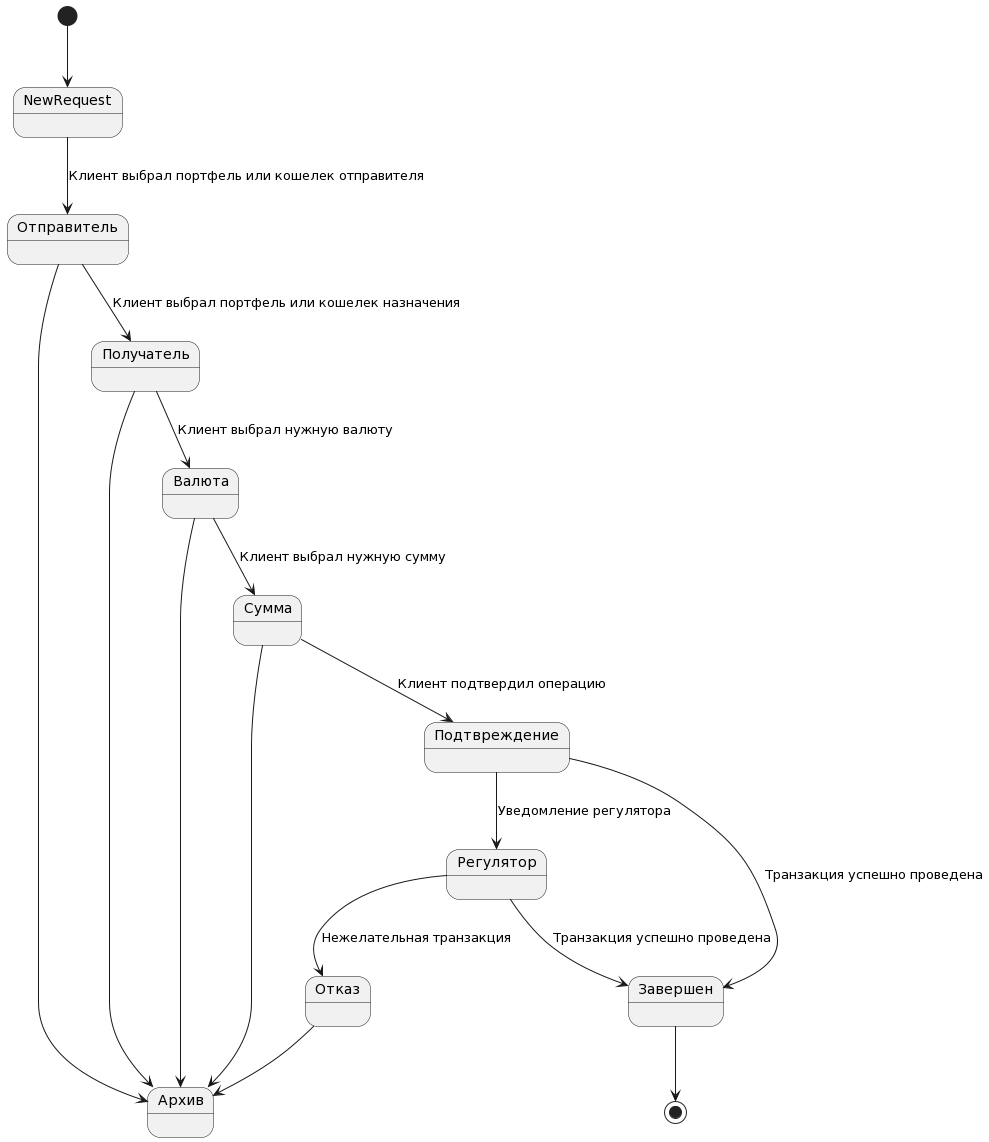
This is img/state.png from nightnoryu/software-design, a PlantUML export, as it was before one commit. Source of this version:
```plantuml
@startuml
state "Отправитель" as Source
state "Получатель" as Destination
state "Валюта" as Currency
state "Сумма" as Sum
state "Подтвреждение" as Approval
state "Регулятор" as Regulator
state "Отказ" as Failure
state "Архив" as Archive
state "Завершен" as Finished
[*] --> NewRequest
NewRequest --> Source : Клиент выбрал портфель или кошелек отправителя
Source --> Destination : Клиент выбрал портфель или кошелек назначения
Source --> Archive
Destination --> Currency : Клиент выбрал нужную валюту
Destination --> Archive
Currency --> Sum : Клиент выбрал нужную сумму
Currency --> Archive
Sum --> Approval : Клиент подтвердил операцию
Sum --> Archive
Approval --> Finished : Транзакция успешно проведена
Approval --> Regulator : Уведомление регулятора
Regulator --> Failure : Нежелательная транзакция
Failure --> Archive
Regulator --> Finished : Транзакция успешно проведена
Finished --> [*]
@enduml
```
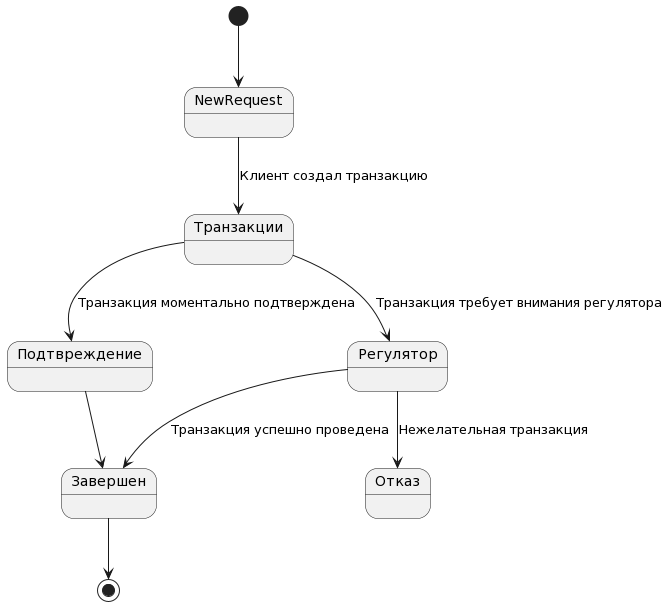
The same diagram one commit later.

Commit message:
Переписал state'ы, так как в них оказалась часть activity

The edit, as a diff of the source:
```diff
@@ -1,27 +1,15 @@
 @startuml
-state "Отправитель" as Source
-state "Получатель" as Destination
-state "Валюта" as Currency
-state "Сумма" as Sum
+state "Транзакции" as Transaction
 state "Подтвреждение" as Approval
 state "Регулятор" as Regulator
 state "Отказ" as Failure
-state "Архив" as Archive
 state "Завершен" as Finished
 [*] --> NewRequest
-NewRequest --> Source : Клиент выбрал портфель или кошелек отправителя
-Source --> Destination : Клиент выбрал портфель или кошелек назначения
-Source --> Archive
-Destination --> Currency : Клиент выбрал нужную валюту
-Destination --> Archive
-Currency --> Sum : Клиент выбрал нужную сумму
-Currency --> Archive
-Sum --> Approval : Клиент подтвердил операцию
-Sum --> Archive
-Approval --> Finished : Транзакция успешно проведена
-Approval --> Regulator : Уведомление регулятора
+NewRequest --> Transaction : Клиент создал транзакцию
+Transaction --> Approval : Транзакция моментально подтверждена
+Transaction --> Regulator : Транзакция требует внимания регулятора
+Approval --> Finished
 Regulator --> Failure : Нежелательная транзакция
-Failure --> Archive
 Regulator --> Finished : Транзакция успешно проведена
 Finished --> [*]
 @enduml
```
